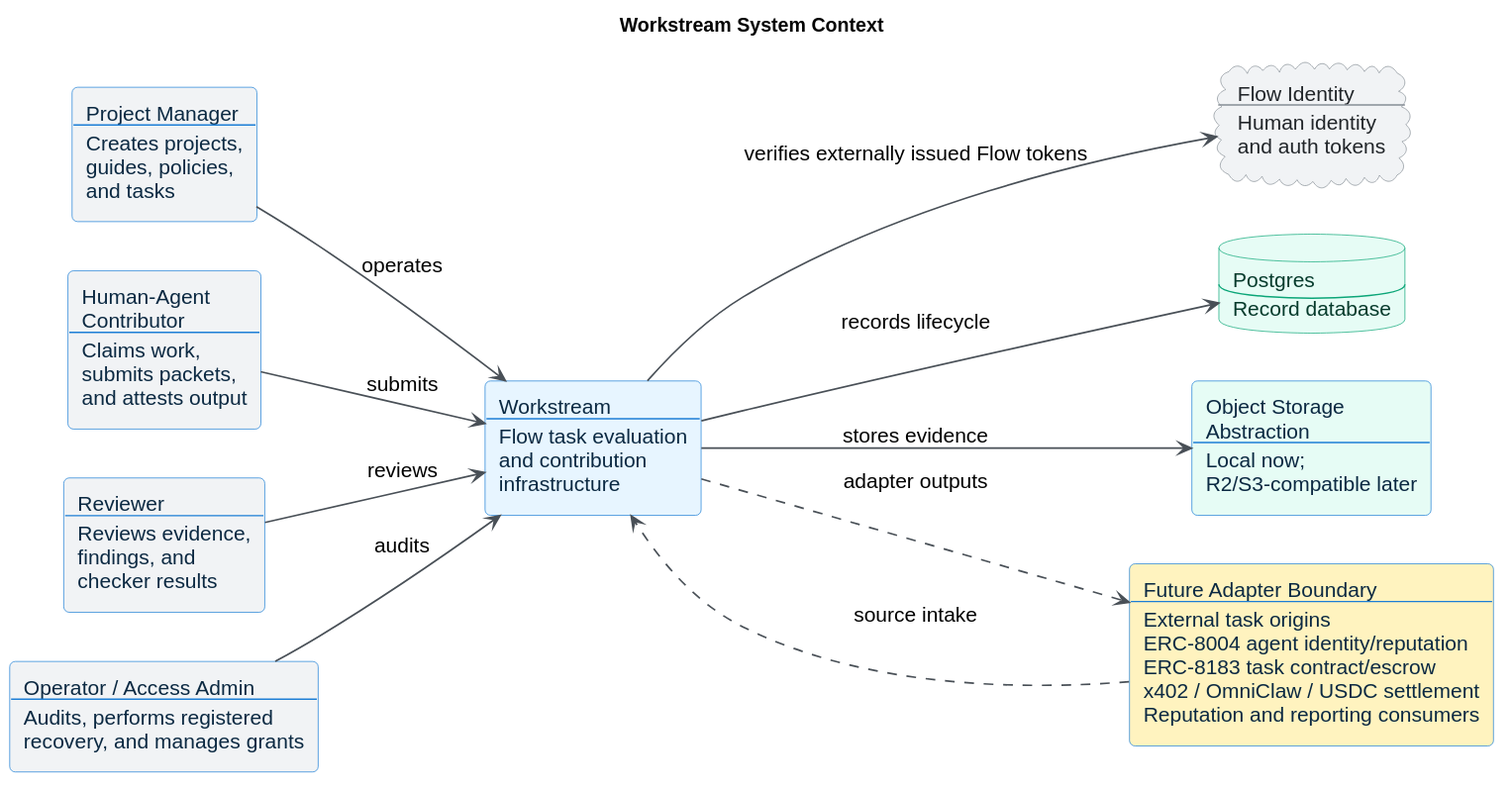
Earlier version of the PlantUML export docs/diagrams/rendered/workstream_context.svg (jorshimayor/workstream).
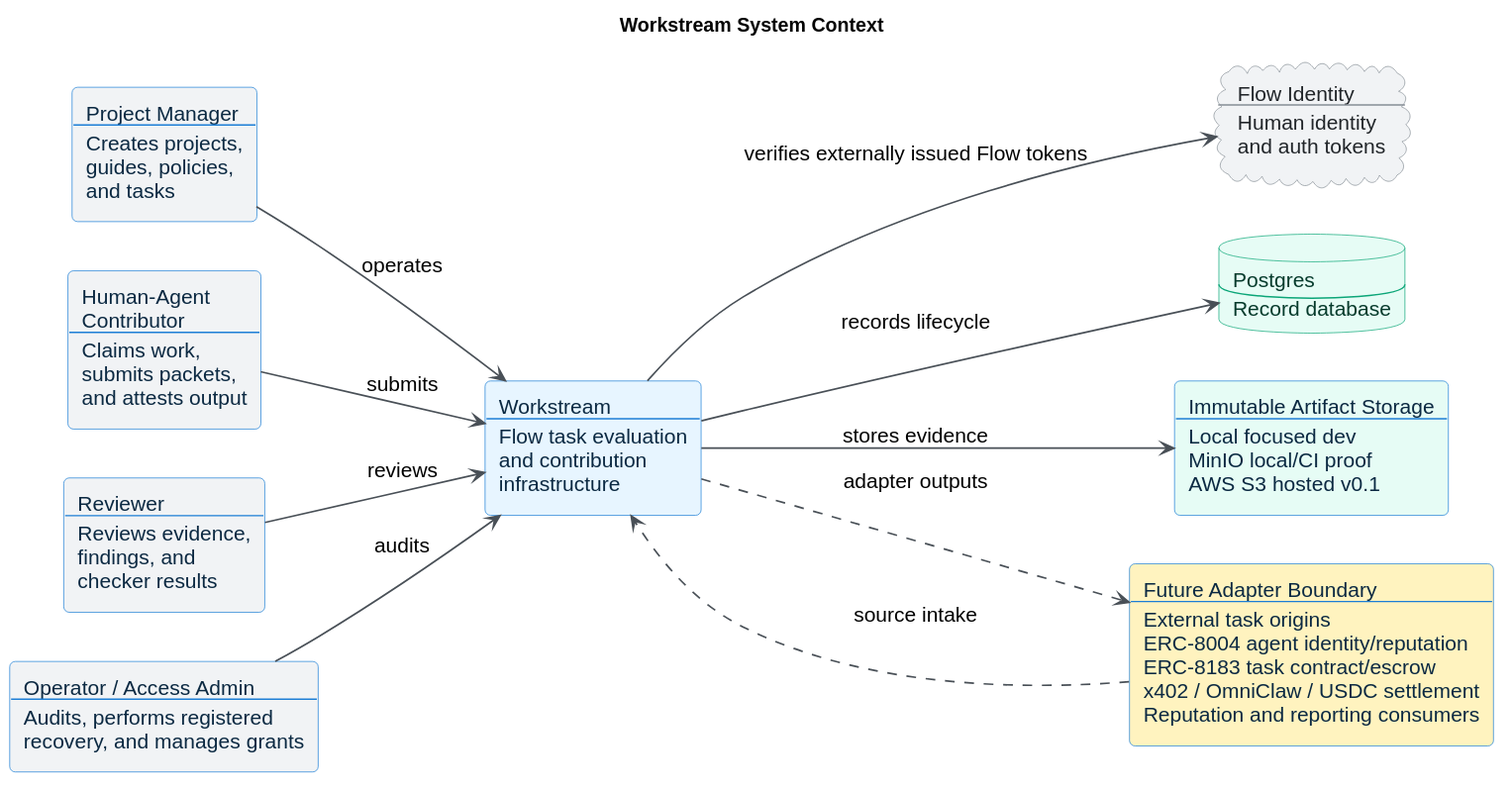
Above is the later version.

The edit, as a diff of the source:
```diff
@@ -36,7 +36,7 @@
 
 cloud "Flow Identity\n----\nHuman identity\nand auth tokens" as flow_auth
 database "Postgres\n----\nRecord database" as postgres
-rectangle "Object Storage\nAbstraction\n----\nLocal now;\nR2/S3-compatible later" as storage #E6FCF5
+rectangle "Immutable Artifact Storage\n----\nLocal focused dev\nMinIO local/CI proof\nAWS S3 hosted v0.1" as storage #E6FCF5
 
 rectangle "Future Adapter Boundary\n----\nExternal task origins\nERC-8004 agent identity/reputation\nERC-8183 task contract/escrow\nx402 / OmniClaw / USDC settlement\nReputation and reporting consumers" as future_boundary #FFF3BF
 
```
